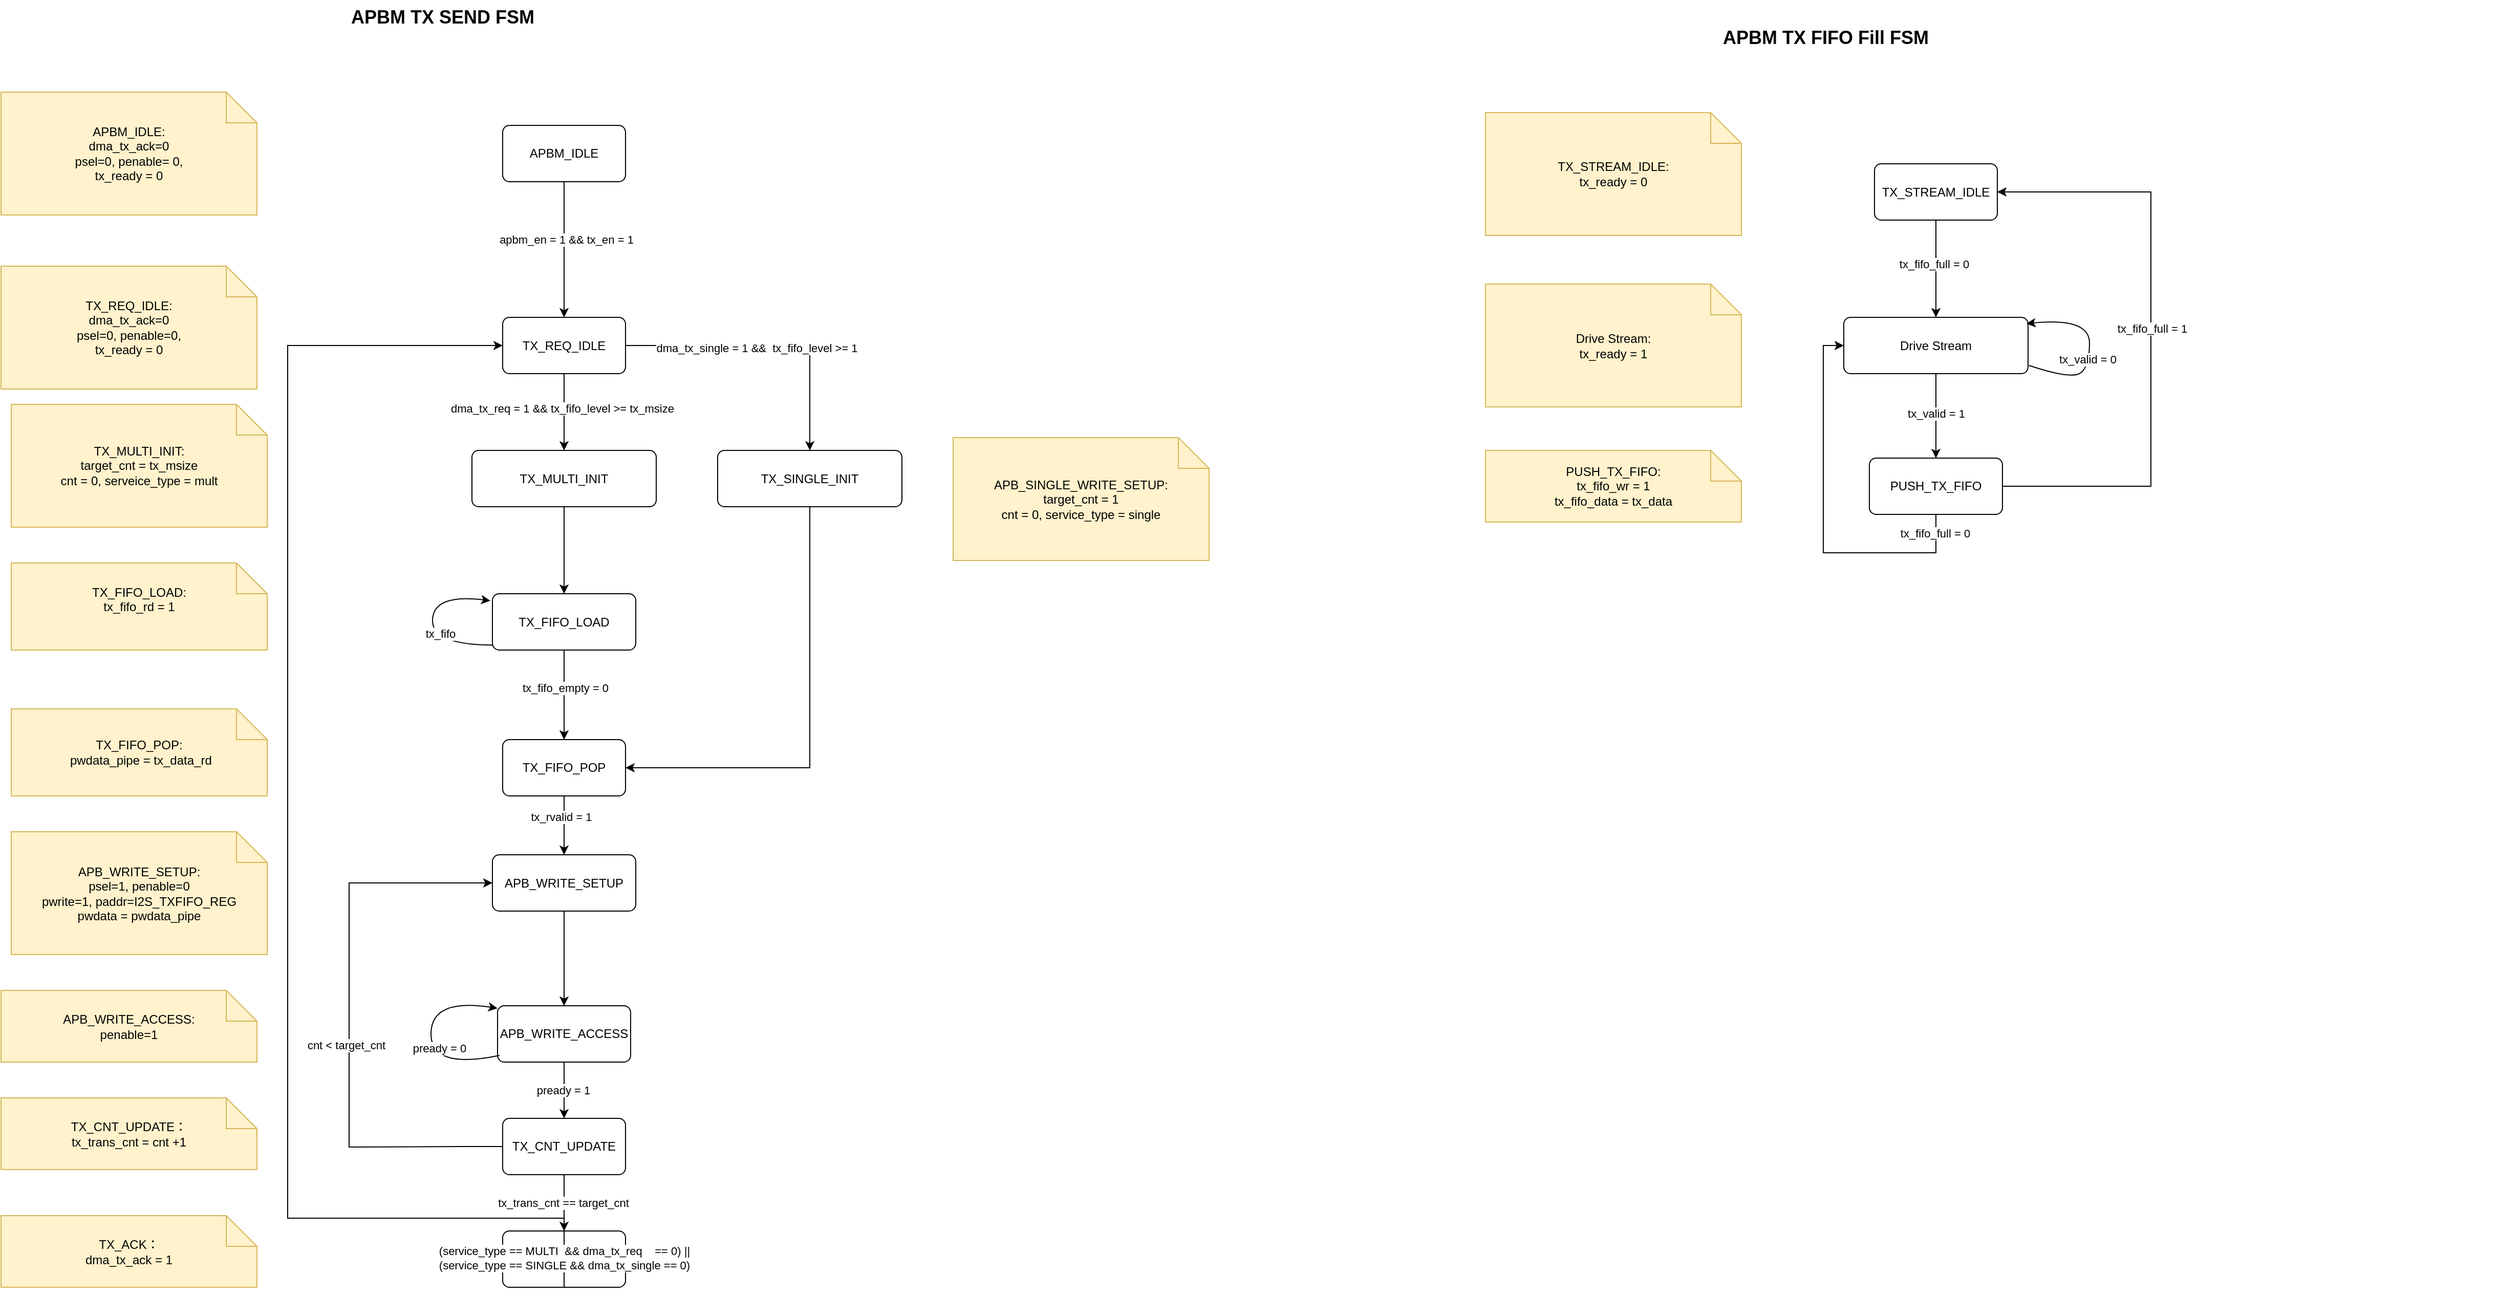
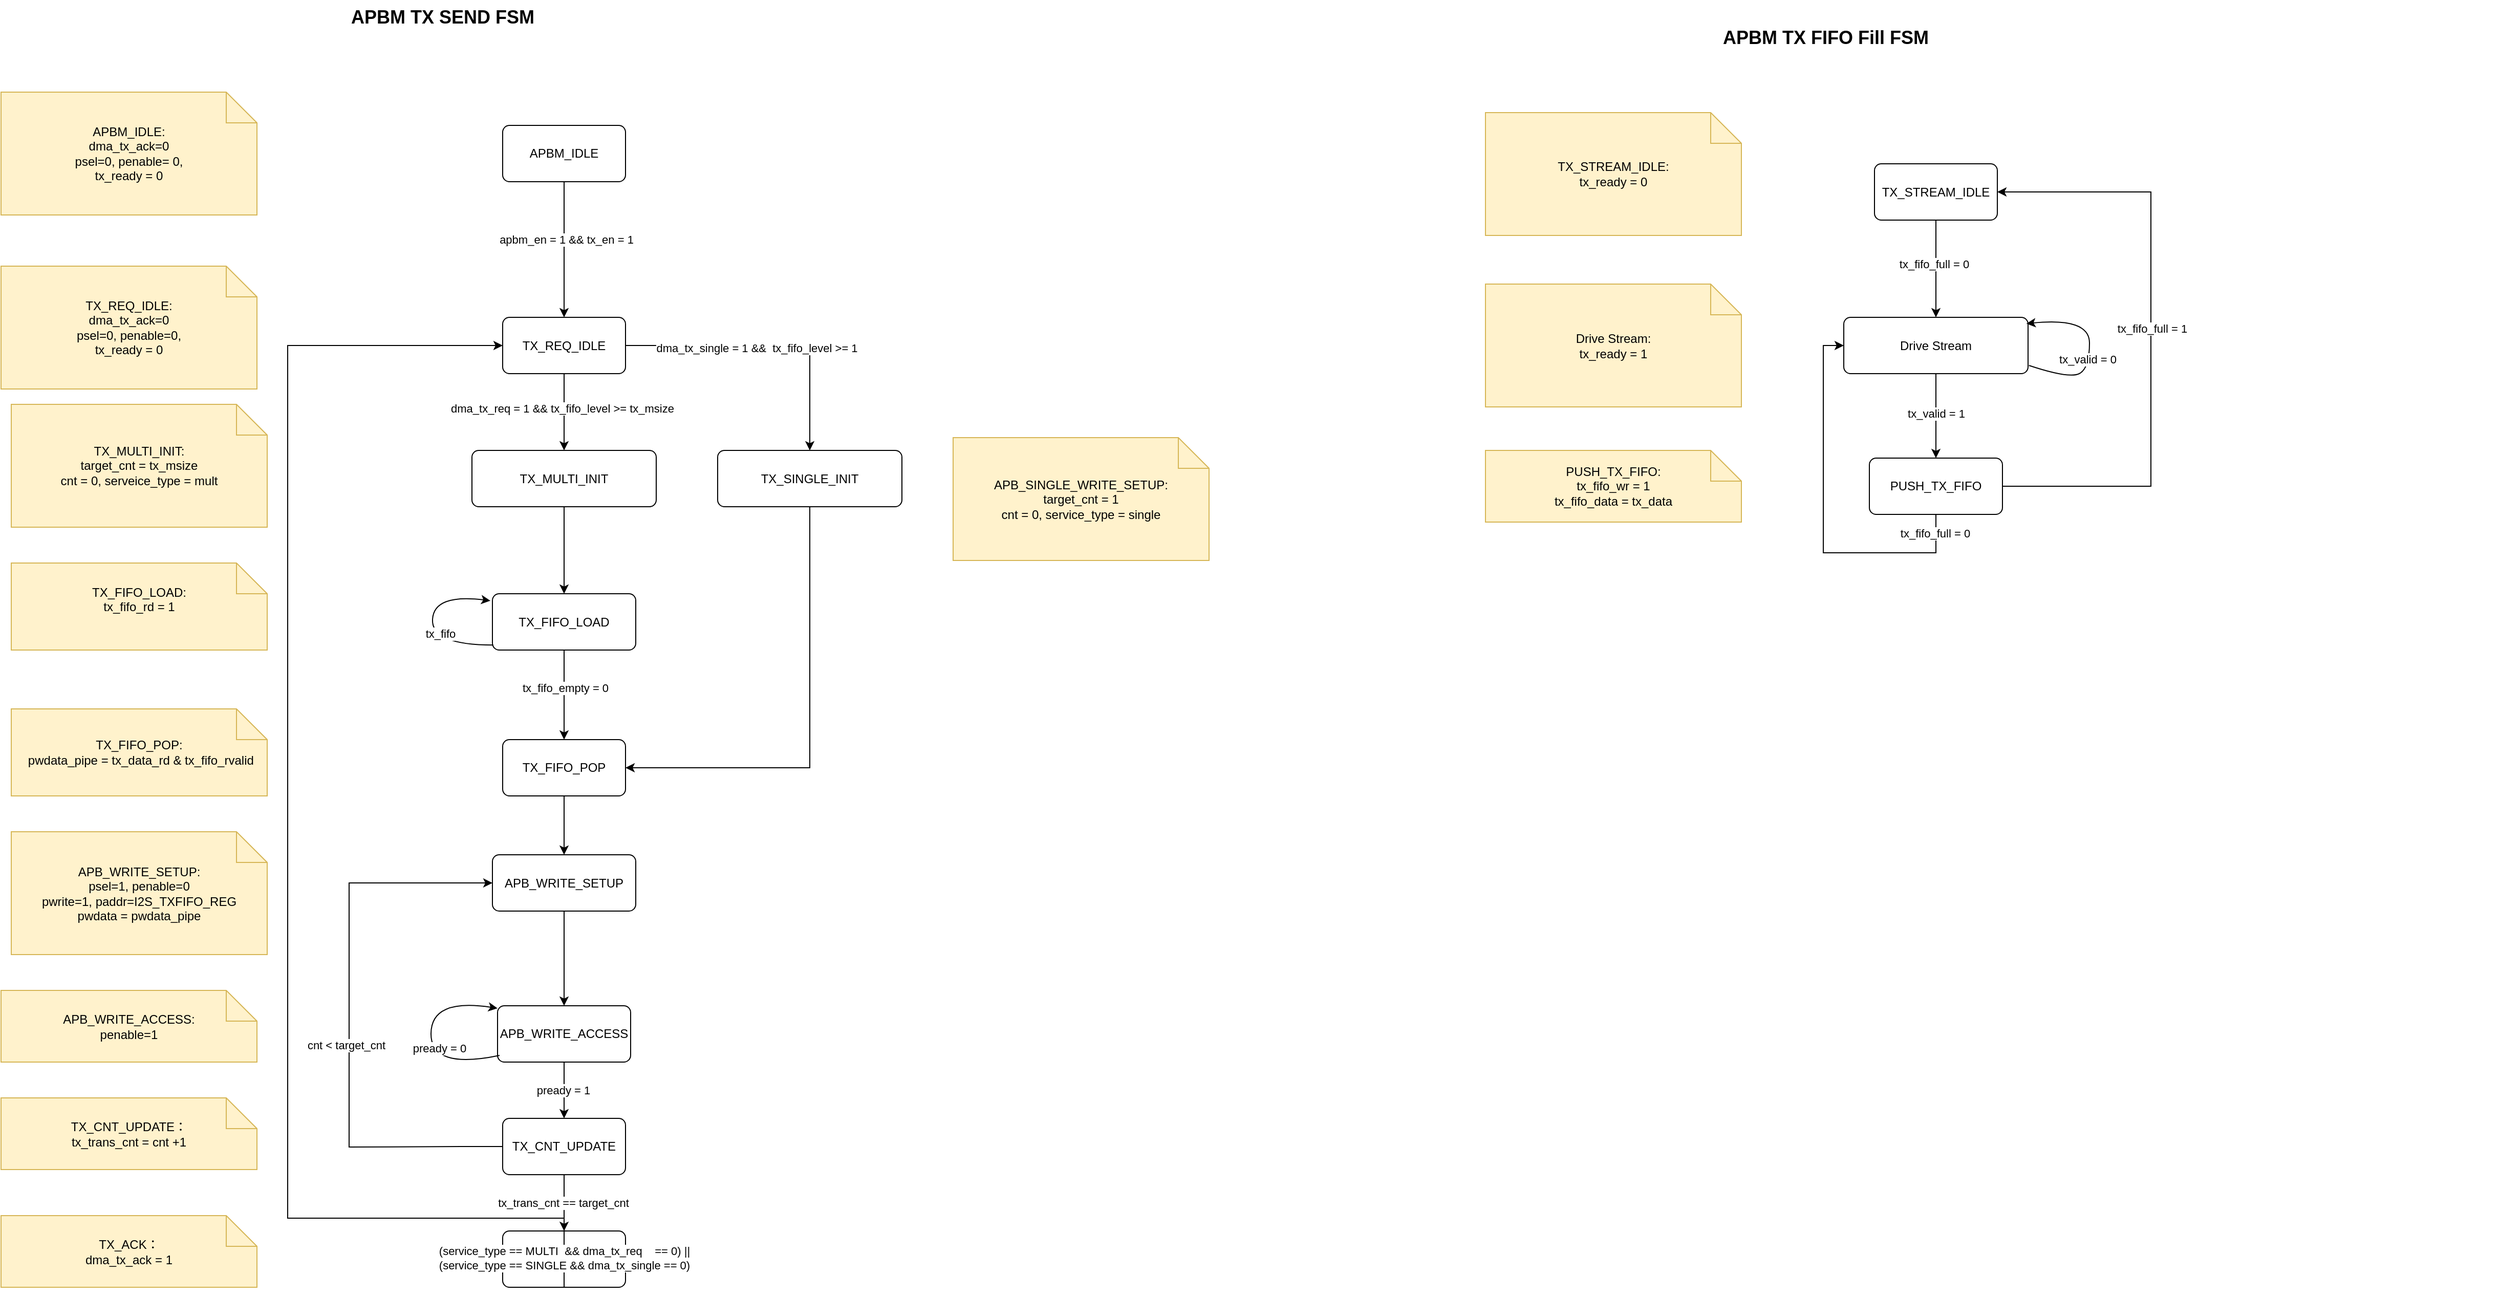
<mxfile host="app.diagrams.net">
  <diagram name="第 1 页" id="fH5n9Me7nUtPE_JYtTzi">
-     <mxGraphModel dx="911" dy="514" grid="1" gridSize="10" guides="1" tooltips="1" connect="1" arrows="1" fold="1" page="1" pageScale="1" pageWidth="827" pageHeight="1169" math="0" shadow="0">
+     <mxGraphModel dx="774" dy="437" grid="1" gridSize="10" guides="1" tooltips="1" connect="1" arrows="1" fold="1" page="1" pageScale="1" pageWidth="827" pageHeight="1169" math="0" shadow="0">
      <root>
        <mxCell id="0" />
        <mxCell id="1" parent="0" />
        <mxCell id="Ly1VW1kiYANL2SHkxWqd-1" parent="1" style="text;html=1;strokeColor=none;fillColor=none;fontSize=18;fontStyle=1;" value="APBM TX SEND FSM&amp;nbsp;&amp;nbsp;" vertex="1">
          <mxGeometry height="40" width="760" x="810" y="130" as="geometry" />
        </mxCell>
        <mxCell id="Ly1VW1kiYANL2SHkxWqd-2" parent="1" style="rounded=1;whiteSpace=wrap;html=1;arcSize=12;fillColor=#ffffff;strokeColor=#000000;" value="TX_REQ_IDLE" vertex="1">
          <mxGeometry height="55" width="120" x="960" y="440" as="geometry" />
        </mxCell>
        <mxCell id="Ly1VW1kiYANL2SHkxWqd-3" parent="1" style="rounded=1;whiteSpace=wrap;html=1;arcSize=12;fillColor=#ffffff;strokeColor=#000000;" value="APB_WRITE_SETUP" vertex="1">
          <mxGeometry height="55" width="140" x="950" y="965" as="geometry" />
        </mxCell>
        <mxCell id="Ly1VW1kiYANL2SHkxWqd-4" edge="1" parent="1" source="Ly1VW1kiYANL2SHkxWqd-2" style="endArrow=classic;html=1;rounded=0;exitX=0.5;exitY=1;exitDx=0;exitDy=0;entryX=0.5;entryY=0;entryDx=0;entryDy=0;" target="Ly1VW1kiYANL2SHkxWqd-40" value="">
          <mxGeometry height="50" relative="1" width="50" as="geometry">
            <mxPoint x="1040" y="560" as="sourcePoint" />
            <mxPoint x="1020" y="570" as="targetPoint" />
          </mxGeometry>
        </mxCell>
        <mxCell id="Ly1VW1kiYANL2SHkxWqd-5" connectable="0" parent="Ly1VW1kiYANL2SHkxWqd-4" style="edgeLabel;html=1;align=center;verticalAlign=middle;resizable=0;points=[];" value="dma_tx_req = 1 &amp;amp;&amp;amp; tx_fifo_level &amp;gt;= tx_msize" vertex="1">
          <mxGeometry relative="1" x="-0.0927" y="-2" as="geometry">
            <mxPoint as="offset" />
          </mxGeometry>
        </mxCell>
        <mxCell id="Ly1VW1kiYANL2SHkxWqd-6" parent="1" style="shape=note;whiteSpace=wrap;html=1;fillColor=#fff2cc;strokeColor=#d6b656;" value="APB_WRITE_SETUP:&lt;div&gt;psel=1, penable=0&lt;br&gt;pwrite=1, paddr=I2S_TXFIFO_REG&lt;/div&gt;&lt;div&gt;pwdata = pwdata_pipe&lt;/div&gt;" vertex="1">
          <mxGeometry height="120" width="250" x="480" y="942.5" as="geometry" />
        </mxCell>
        <mxCell id="Ly1VW1kiYANL2SHkxWqd-7" parent="1" style="rounded=1;whiteSpace=wrap;html=1;arcSize=12;fillColor=#ffffff;strokeColor=#000000;" value="APB_WRITE_ACCESS" vertex="1">
          <mxGeometry height="55" width="130" x="955" y="1112.5" as="geometry" />
        </mxCell>
        <mxCell id="Ly1VW1kiYANL2SHkxWqd-8" edge="1" parent="1" source="Ly1VW1kiYANL2SHkxWqd-3" style="endArrow=classic;html=1;rounded=0;exitX=0.5;exitY=1;exitDx=0;exitDy=0;entryX=0.5;entryY=0;entryDx=0;entryDy=0;" target="Ly1VW1kiYANL2SHkxWqd-7" value="">
          <mxGeometry height="50" relative="1" width="50" as="geometry">
            <mxPoint x="1030" y="1095" as="sourcePoint" />
            <mxPoint x="1080" y="1045" as="targetPoint" />
          </mxGeometry>
        </mxCell>
        <mxCell id="Ly1VW1kiYANL2SHkxWqd-9" parent="1" style="shape=note;whiteSpace=wrap;html=1;fillColor=#fff2cc;strokeColor=#d6b656;" value="APB_WRITE_ACCESS:&lt;br&gt;penable=1" vertex="1">
          <mxGeometry height="70" width="250" x="470" y="1097.5" as="geometry" />
        </mxCell>
        <mxCell id="Ly1VW1kiYANL2SHkxWqd-10" edge="1" parent="1" source="Ly1VW1kiYANL2SHkxWqd-7" style="curved=1;endArrow=classic;html=1;rounded=0;exitX=0.015;exitY=0.881;exitDx=0;exitDy=0;entryX=0;entryY=0;entryDx=0;entryDy=0;exitPerimeter=0;" value="">
          <mxGeometry height="50" relative="1" width="50" as="geometry">
            <Array as="points">
              <mxPoint x="890" y="1175" />
              <mxPoint x="890" y="1105" />
            </Array>
            <mxPoint x="955" y="1170" as="sourcePoint" />
            <mxPoint x="955" y="1115" as="targetPoint" />
          </mxGeometry>
        </mxCell>
        <mxCell id="Ly1VW1kiYANL2SHkxWqd-11" connectable="0" parent="Ly1VW1kiYANL2SHkxWqd-10" style="edgeLabel;html=1;align=center;verticalAlign=middle;resizable=0;points=[];" value="pready = 0" vertex="1">
          <mxGeometry relative="1" x="-0.1215" y="-8" as="geometry">
            <mxPoint as="offset" />
          </mxGeometry>
        </mxCell>
        <mxCell id="Ly1VW1kiYANL2SHkxWqd-13" edge="1" parent="1" source="Ly1VW1kiYANL2SHkxWqd-7" style="endArrow=classic;html=1;rounded=0;exitX=0.5;exitY=1;exitDx=0;exitDy=0;entryX=0.5;entryY=0;entryDx=0;entryDy=0;" target="Ly1VW1kiYANL2SHkxWqd-47" value="">
          <mxGeometry height="50" relative="1" width="50" as="geometry">
            <mxPoint x="1010" y="1245" as="sourcePoint" />
            <mxPoint x="1020" y="1212.5" as="targetPoint" />
          </mxGeometry>
        </mxCell>
        <mxCell id="Ly1VW1kiYANL2SHkxWqd-14" connectable="0" parent="Ly1VW1kiYANL2SHkxWqd-13" style="edgeLabel;html=1;align=center;verticalAlign=middle;resizable=0;points=[];" value="pready = 1" vertex="1">
          <mxGeometry relative="1" x="0.0089" y="-1" as="geometry">
            <mxPoint as="offset" />
          </mxGeometry>
        </mxCell>
        <mxCell id="Ly1VW1kiYANL2SHkxWqd-16" parent="1" style="rounded=1;whiteSpace=wrap;html=1;arcSize=12;fillColor=#ffffff;strokeColor=#000000;" value="TX_ACK" vertex="1">
          <mxGeometry height="55" width="120" x="960" y="1332.5" as="geometry" />
        </mxCell>
        <mxCell id="Ly1VW1kiYANL2SHkxWqd-17" edge="1" parent="1" source="Ly1VW1kiYANL2SHkxWqd-47" style="endArrow=classic;html=1;rounded=0;exitX=0.5;exitY=1;exitDx=0;exitDy=0;entryX=0.5;entryY=0;entryDx=0;entryDy=0;" target="Ly1VW1kiYANL2SHkxWqd-16" value="">
          <mxGeometry height="50" relative="1" width="50" as="geometry">
            <mxPoint x="1150.3600000000001" y="1167.5" as="sourcePoint" />
            <mxPoint x="1150" y="1202.5" as="targetPoint" />
          </mxGeometry>
        </mxCell>
        <mxCell id="Ly1VW1kiYANL2SHkxWqd-18" connectable="0" parent="Ly1VW1kiYANL2SHkxWqd-17" style="edgeLabel;html=1;align=center;verticalAlign=middle;resizable=0;points=[];" value="tx_trans_cnt == target_cnt" vertex="1">
          <mxGeometry relative="1" x="0.0089" y="-1" as="geometry">
            <mxPoint as="offset" />
          </mxGeometry>
        </mxCell>
        <mxCell id="Ly1VW1kiYANL2SHkxWqd-19" parent="1" style="shape=note;whiteSpace=wrap;html=1;fillColor=#fff2cc;strokeColor=#d6b656;" value="TX_ACK：&lt;div&gt;dma_tx_ack = 1&lt;/div&gt;" vertex="1">
          <mxGeometry height="70" width="250" x="470" y="1317.5" as="geometry" />
        </mxCell>
        <mxCell id="Ly1VW1kiYANL2SHkxWqd-20" parent="1" style="shape=note;whiteSpace=wrap;html=1;fillColor=#fff2cc;strokeColor=#d6b656;" value="TX_REQ_IDLE:&lt;div&gt;dma_tx_ack=0&lt;/div&gt;&lt;div&gt;psel=0, penable=0,&lt;br&gt;&lt;/div&gt;&lt;div&gt;tx_ready = 0&lt;br&gt;&lt;/div&gt;" vertex="1">
          <mxGeometry height="120" width="250" x="470" y="390" as="geometry" />
        </mxCell>
        <mxCell id="Ly1VW1kiYANL2SHkxWqd-21" edge="1" parent="1" source="Ly1VW1kiYANL2SHkxWqd-16" style="endArrow=classic;html=1;rounded=0;exitX=0.5;exitY=1;exitDx=0;exitDy=0;edgeStyle=orthogonalEdgeStyle;entryX=0;entryY=0.5;entryDx=0;entryDy=0;" target="Ly1VW1kiYANL2SHkxWqd-2" value="">
          <mxGeometry height="50" relative="1" width="50" as="geometry">
            <Array as="points">
              <mxPoint x="1020" y="1320" />
              <mxPoint x="750" y="1320" />
              <mxPoint x="750" y="468" />
            </Array>
            <mxPoint x="909.95" y="1052.5" as="sourcePoint" />
            <mxPoint x="850" y="465" as="targetPoint" />
          </mxGeometry>
        </mxCell>
        <mxCell id="Ly1VW1kiYANL2SHkxWqd-22" connectable="0" parent="Ly1VW1kiYANL2SHkxWqd-21" style="edgeLabel;html=1;align=center;verticalAlign=middle;resizable=0;points=[];" value="&lt;div&gt;(service_type == MULTI&amp;nbsp; &amp;amp;&amp;amp; dma_tx_req&amp;nbsp; &amp;nbsp; == 0) ||&lt;/div&gt;&lt;div&gt;(service_type == SINGLE &amp;amp;&amp;amp; dma_tx_single == 0)&lt;/div&gt;" vertex="1">
          <mxGeometry relative="1" x="-0.9589" as="geometry">
            <mxPoint as="offset" />
          </mxGeometry>
        </mxCell>
        <mxCell id="Ly1VW1kiYANL2SHkxWqd-23" edge="1" parent="1" source="Ly1VW1kiYANL2SHkxWqd-2" style="endArrow=classic;html=1;rounded=0;exitX=1;exitY=0.5;exitDx=0;exitDy=0;edgeStyle=orthogonalEdgeStyle;entryX=0.5;entryY=0;entryDx=0;entryDy=0;" target="Ly1VW1kiYANL2SHkxWqd-25" value="">
          <mxGeometry height="50" relative="1" width="50" as="geometry">
            <mxPoint x="1250" y="540" as="sourcePoint" />
            <mxPoint x="1260" y="560" as="targetPoint" />
          </mxGeometry>
        </mxCell>
        <mxCell id="Ly1VW1kiYANL2SHkxWqd-24" connectable="0" parent="Ly1VW1kiYANL2SHkxWqd-23" style="edgeLabel;html=1;align=center;verticalAlign=middle;resizable=0;points=[];" value="dma_tx_single = 1 &amp;amp;&amp;amp;&amp;nbsp; tx_fifo_level &amp;gt;= 1" vertex="1">
          <mxGeometry relative="1" x="-0.0927" y="-2" as="geometry">
            <mxPoint as="offset" />
          </mxGeometry>
        </mxCell>
        <mxCell id="Ly1VW1kiYANL2SHkxWqd-25" parent="1" style="rounded=1;whiteSpace=wrap;html=1;arcSize=12;fillColor=#ffffff;strokeColor=#000000;" value="TX_SINGLE_INIT" vertex="1">
          <mxGeometry height="55" width="180" x="1170" y="570" as="geometry" />
        </mxCell>
        <mxCell id="Ly1VW1kiYANL2SHkxWqd-26" parent="1" style="shape=note;whiteSpace=wrap;html=1;fillColor=#fff2cc;strokeColor=#d6b656;" value="APB_SINGLE_WRITE_SETUP:&lt;div&gt;target_cnt = 1&lt;br&gt;cnt = 0, service_type = single&lt;/div&gt;" vertex="1">
          <mxGeometry height="120" width="250" x="1400" y="557.5" as="geometry" />
        </mxCell>
        <mxCell id="Ly1VW1kiYANL2SHkxWqd-27" edge="1" parent="1" source="Ly1VW1kiYANL2SHkxWqd-25" style="endArrow=classic;html=1;rounded=0;exitX=0.5;exitY=1;exitDx=0;exitDy=0;edgeStyle=orthogonalEdgeStyle;entryX=1;entryY=0.5;entryDx=0;entryDy=0;" target="Ly1VW1kiYANL2SHkxWqd-28" value="">
          <mxGeometry height="50" relative="1" width="50" as="geometry">
            <mxPoint x="1230" y="950" as="sourcePoint" />
            <mxPoint x="1090" y="705" as="targetPoint" />
          </mxGeometry>
        </mxCell>
        <mxCell id="Ly1VW1kiYANL2SHkxWqd-28" parent="1" style="rounded=1;whiteSpace=wrap;html=1;arcSize=12;fillColor=#ffffff;strokeColor=#000000;" value="TX_FIFO_POP" vertex="1">
          <mxGeometry height="55" width="120" x="960" y="852.5" as="geometry" />
        </mxCell>
        <mxCell id="Ly1VW1kiYANL2SHkxWqd-29" edge="1" parent="1" source="Ly1VW1kiYANL2SHkxWqd-40" style="endArrow=classic;html=1;rounded=0;exitX=0.5;exitY=1;exitDx=0;exitDy=0;entryX=0.5;entryY=0;entryDx=0;entryDy=0;" target="Ly1VW1kiYANL2SHkxWqd-66" value="">
          <mxGeometry height="50" relative="1" width="50" as="geometry">
            <Array as="points">
              <mxPoint x="1020" y="650" />
            </Array>
            <mxPoint x="1010" y="630" as="sourcePoint" />
            <mxPoint x="1020" y="680" as="targetPoint" />
          </mxGeometry>
        </mxCell>
-         <mxCell id="Ly1VW1kiYANL2SHkxWqd-33" parent="1" style="shape=note;whiteSpace=wrap;html=1;fillColor=#fff2cc;strokeColor=#d6b656;" value="TX_FIFO_POP:&lt;div&gt;&lt;div&gt;&amp;nbsp;pwdata_pipe = tx_data_rd&lt;/div&gt;&lt;/div&gt;" vertex="1">
+         <mxCell id="Ly1VW1kiYANL2SHkxWqd-33" parent="1" style="shape=note;whiteSpace=wrap;html=1;fillColor=#fff2cc;strokeColor=#d6b656;" value="TX_FIFO_POP:&lt;div&gt;&lt;div&gt;&amp;nbsp;pwdata_pipe = tx_data_rd &amp;amp; tx_fifo_rvalid&lt;/div&gt;&lt;/div&gt;" vertex="1">
          <mxGeometry height="85" width="250" x="480" y="822.5" as="geometry" />
        </mxCell>
        <mxCell id="Ly1VW1kiYANL2SHkxWqd-34" parent="1" style="rounded=1;whiteSpace=wrap;html=1;arcSize=12;fillColor=#ffffff;strokeColor=#000000;" value="APBM_IDLE" vertex="1">
          <mxGeometry height="55" width="120" x="960" y="252.5" as="geometry" />
        </mxCell>
        <mxCell id="Ly1VW1kiYANL2SHkxWqd-35" edge="1" parent="1" source="Ly1VW1kiYANL2SHkxWqd-34" style="endArrow=classic;html=1;rounded=0;exitX=0.5;exitY=1;exitDx=0;exitDy=0;" target="Ly1VW1kiYANL2SHkxWqd-2" value="">
          <mxGeometry height="50" relative="1" width="50" as="geometry">
            <mxPoint x="1060" y="360" as="sourcePoint" />
            <mxPoint x="1110" y="310" as="targetPoint" />
          </mxGeometry>
        </mxCell>
        <mxCell id="Ly1VW1kiYANL2SHkxWqd-36" connectable="0" parent="Ly1VW1kiYANL2SHkxWqd-35" style="edgeLabel;html=1;align=center;verticalAlign=middle;resizable=0;points=[];" value="apbm_en = 1 &amp;amp;&amp;amp; tx_en = 1" vertex="1">
          <mxGeometry relative="1" x="-0.1446" y="2" as="geometry">
            <mxPoint as="offset" />
          </mxGeometry>
        </mxCell>
        <mxCell id="Ly1VW1kiYANL2SHkxWqd-37" parent="1" style="shape=note;whiteSpace=wrap;html=1;fillColor=#fff2cc;strokeColor=#d6b656;" value="APBM_IDLE:&lt;div&gt;dma_tx_ack=0&lt;/div&gt;&lt;div&gt;psel=0, penable= 0,&lt;br&gt;&lt;/div&gt;&lt;div&gt;tx_ready = 0&lt;/div&gt;" vertex="1">
          <mxGeometry height="120" width="250" x="470" y="220" as="geometry" />
        </mxCell>
        <mxCell id="Ly1VW1kiYANL2SHkxWqd-38" edge="1" parent="1" source="Ly1VW1kiYANL2SHkxWqd-47" style="endArrow=classic;html=1;rounded=0;edgeStyle=orthogonalEdgeStyle;entryX=0;entryY=0.5;entryDx=0;entryDy=0;exitX=0;exitY=0.5;exitDx=0;exitDy=0;" target="Ly1VW1kiYANL2SHkxWqd-3" value="">
          <mxGeometry height="50" relative="1" width="50" as="geometry">
            <Array as="points">
              <mxPoint x="920" y="1249.5" />
              <mxPoint x="810" y="1250.5" />
              <mxPoint x="810" y="992.5" />
            </Array>
            <mxPoint x="920" y="1212.5" as="sourcePoint" />
            <mxPoint x="800" y="872.5" as="targetPoint" />
          </mxGeometry>
        </mxCell>
        <mxCell id="Ly1VW1kiYANL2SHkxWqd-39" connectable="0" parent="Ly1VW1kiYANL2SHkxWqd-38" style="edgeLabel;html=1;align=center;verticalAlign=middle;resizable=0;points=[];" value="cnt &amp;lt; target_cnt" vertex="1">
          <mxGeometry relative="1" x="-0.0902" y="3" as="geometry">
            <mxPoint as="offset" />
          </mxGeometry>
        </mxCell>
        <mxCell id="Ly1VW1kiYANL2SHkxWqd-40" parent="1" style="rounded=1;whiteSpace=wrap;html=1;arcSize=12;fillColor=#ffffff;strokeColor=#000000;" value="TX_MULTI_INIT" vertex="1">
          <mxGeometry height="55" width="180" x="930" y="570" as="geometry" />
        </mxCell>
        <mxCell id="Ly1VW1kiYANL2SHkxWqd-42" parent="1" style="shape=note;whiteSpace=wrap;html=1;fillColor=#fff2cc;strokeColor=#d6b656;" value="TX_MULTI_INIT:&lt;div&gt;target_cnt = tx_msize&lt;br&gt;cnt = 0, serveice_type = mult&lt;/div&gt;" vertex="1">
          <mxGeometry height="120" width="250" x="480" y="525" as="geometry" />
        </mxCell>
        <mxCell id="Ly1VW1kiYANL2SHkxWqd-45" edge="1" parent="1" source="Ly1VW1kiYANL2SHkxWqd-28" style="endArrow=classic;html=1;rounded=0;exitX=0.5;exitY=1;exitDx=0;exitDy=0;" target="Ly1VW1kiYANL2SHkxWqd-3" value="">
          <mxGeometry height="50" relative="1" width="50" as="geometry">
            <mxPoint x="1019.5699999999999" y="907.5" as="sourcePoint" />
            <mxPoint x="1019.5699999999999" y="964.5" as="targetPoint" />
-           </mxGeometry>
-         </mxCell>
-         <mxCell id="Ly1VW1kiYANL2SHkxWqd-73" connectable="0" parent="Ly1VW1kiYANL2SHkxWqd-45" style="edgeLabel;html=1;align=center;verticalAlign=middle;resizable=0;points=[];" value="tx_rvalid = 1" vertex="1">
-           <mxGeometry relative="1" x="-0.302" y="-3" as="geometry">
-             <mxPoint as="offset" />
          </mxGeometry>
        </mxCell>
        <mxCell id="Ly1VW1kiYANL2SHkxWqd-47" parent="1" style="rounded=1;whiteSpace=wrap;html=1;arcSize=12;fillColor=#ffffff;strokeColor=#000000;" value="TX_CNT_UPDATE" vertex="1">
          <mxGeometry height="55" width="120" x="960" y="1222.5" as="geometry" />
        </mxCell>
        <mxCell id="Ly1VW1kiYANL2SHkxWqd-48" parent="1" style="shape=note;whiteSpace=wrap;html=1;fillColor=#fff2cc;strokeColor=#d6b656;" value="TX_CNT_UPDATE：&lt;div&gt;tx_trans_cnt = cnt +1&lt;/div&gt;" vertex="1">
          <mxGeometry height="70" width="250" x="470" y="1202.5" as="geometry" />
        </mxCell>
        <mxCell id="Ly1VW1kiYANL2SHkxWqd-49" parent="1" style="text;html=1;strokeColor=none;fillColor=none;fontSize=18;fontStyle=1;" value="APBM TX FIFO Fill FSM&amp;nbsp;&amp;nbsp;" vertex="1">
          <mxGeometry height="40" width="760" x="2150" y="150" as="geometry" />
        </mxCell>
        <mxCell id="Ly1VW1kiYANL2SHkxWqd-50" parent="1" style="rounded=1;whiteSpace=wrap;html=1;arcSize=12;fillColor=#ffffff;strokeColor=#000000;" value="TX_STREAM_IDLE" vertex="1">
          <mxGeometry height="55" width="120" x="2300" y="290" as="geometry" />
        </mxCell>
        <mxCell id="Ly1VW1kiYANL2SHkxWqd-51" parent="1" style="rounded=1;whiteSpace=wrap;html=1;arcSize=12;fillColor=#ffffff;strokeColor=#000000;" value="Drive Stream" vertex="1">
          <mxGeometry height="55" width="180" x="2270" y="440" as="geometry" />
        </mxCell>
        <mxCell id="Ly1VW1kiYANL2SHkxWqd-52" edge="1" parent="1" source="Ly1VW1kiYANL2SHkxWqd-50" style="endArrow=classic;html=1;rounded=0;exitX=0.5;exitY=1;exitDx=0;exitDy=0;entryX=0.5;entryY=0;entryDx=0;entryDy=0;" target="Ly1VW1kiYANL2SHkxWqd-51" value="">
          <mxGeometry height="50" relative="1" width="50" as="geometry">
            <mxPoint x="2380" y="410" as="sourcePoint" />
            <mxPoint x="2430" y="360" as="targetPoint" />
          </mxGeometry>
        </mxCell>
        <mxCell id="Ly1VW1kiYANL2SHkxWqd-53" connectable="0" parent="Ly1VW1kiYANL2SHkxWqd-52" style="edgeLabel;html=1;align=center;verticalAlign=middle;resizable=0;points=[];" value="tx_fifo_full = 0" vertex="1">
          <mxGeometry relative="1" x="-0.0927" y="-2" as="geometry">
            <mxPoint as="offset" />
          </mxGeometry>
        </mxCell>
        <mxCell id="Ly1VW1kiYANL2SHkxWqd-54" parent="1" style="shape=note;whiteSpace=wrap;html=1;fillColor=#fff2cc;strokeColor=#d6b656;" value="Drive Stream:&lt;div&gt;tx_ready = 1&lt;/div&gt;" vertex="1">
          <mxGeometry height="120" width="250" x="1920" y="407.5" as="geometry" />
        </mxCell>
        <mxCell id="Ly1VW1kiYANL2SHkxWqd-55" parent="1" style="rounded=1;whiteSpace=wrap;html=1;arcSize=12;fillColor=#ffffff;strokeColor=#000000;" value="PUSH_TX_FIFO" vertex="1">
          <mxGeometry height="55" width="130" x="2295" y="577.5" as="geometry" />
        </mxCell>
        <mxCell id="Ly1VW1kiYANL2SHkxWqd-56" edge="1" parent="1" source="Ly1VW1kiYANL2SHkxWqd-51" style="endArrow=classic;html=1;rounded=0;exitX=0.5;exitY=1;exitDx=0;exitDy=0;entryX=0.5;entryY=0;entryDx=0;entryDy=0;" target="Ly1VW1kiYANL2SHkxWqd-55" value="">
          <mxGeometry height="50" relative="1" width="50" as="geometry">
            <mxPoint x="2370" y="560" as="sourcePoint" />
            <mxPoint x="2420" y="510" as="targetPoint" />
          </mxGeometry>
        </mxCell>
        <mxCell id="Ly1VW1kiYANL2SHkxWqd-57" connectable="0" parent="Ly1VW1kiYANL2SHkxWqd-56" style="edgeLabel;html=1;align=center;verticalAlign=middle;resizable=0;points=[];" value="tx_valid = 1" vertex="1">
          <mxGeometry relative="1" x="-0.0537" as="geometry">
            <mxPoint as="offset" />
          </mxGeometry>
        </mxCell>
        <mxCell id="Ly1VW1kiYANL2SHkxWqd-58" parent="1" style="shape=note;whiteSpace=wrap;html=1;fillColor=#fff2cc;strokeColor=#d6b656;" value="PUSH_TX_FIFO:&lt;div&gt;tx_fifo_wr = 1&lt;/div&gt;&lt;div&gt;tx_fifo_data = tx_data&lt;/div&gt;" vertex="1">
          <mxGeometry height="70" width="250" x="1920" y="570" as="geometry" />
        </mxCell>
        <mxCell id="Ly1VW1kiYANL2SHkxWqd-59" parent="1" style="shape=note;whiteSpace=wrap;html=1;fillColor=#fff2cc;strokeColor=#d6b656;" value="TX_STREAM_IDLE:&lt;div&gt;tx_ready = 0&lt;/div&gt;" vertex="1">
          <mxGeometry height="120" width="250" x="1920" y="240" as="geometry" />
        </mxCell>
        <mxCell id="Ly1VW1kiYANL2SHkxWqd-60" edge="1" parent="1" source="Ly1VW1kiYANL2SHkxWqd-55" style="endArrow=classic;html=1;rounded=0;exitX=0.5;exitY=1;exitDx=0;exitDy=0;entryX=0;entryY=0.5;entryDx=0;entryDy=0;edgeStyle=orthogonalEdgeStyle;" target="Ly1VW1kiYANL2SHkxWqd-51" value="">
          <mxGeometry height="50" relative="1" width="50" as="geometry">
            <Array as="points">
              <mxPoint x="2360" y="670" />
              <mxPoint x="2250" y="670" />
              <mxPoint x="2250" y="468" />
            </Array>
            <mxPoint x="2550" y="570" as="sourcePoint" />
            <mxPoint x="2600" y="520" as="targetPoint" />
          </mxGeometry>
        </mxCell>
        <mxCell id="Ly1VW1kiYANL2SHkxWqd-61" connectable="0" parent="Ly1VW1kiYANL2SHkxWqd-60" style="edgeLabel;html=1;align=center;verticalAlign=middle;resizable=0;points=[];" value="tx_fifo_full = 0" vertex="1">
          <mxGeometry relative="1" x="-0.9016" y="-1" as="geometry">
            <mxPoint as="offset" />
          </mxGeometry>
        </mxCell>
        <mxCell id="Ly1VW1kiYANL2SHkxWqd-62" edge="1" parent="1" source="Ly1VW1kiYANL2SHkxWqd-55" style="endArrow=classic;html=1;rounded=0;exitX=1;exitY=0.5;exitDx=0;exitDy=0;entryX=1;entryY=0.5;entryDx=0;entryDy=0;edgeStyle=orthogonalEdgeStyle;" target="Ly1VW1kiYANL2SHkxWqd-50" value="">
          <mxGeometry height="50" relative="1" width="50" as="geometry">
            <Array as="points">
              <mxPoint x="2570" y="605" />
              <mxPoint x="2570" y="318" />
            </Array>
            <mxPoint x="2510" y="600" as="sourcePoint" />
            <mxPoint x="2560" y="550" as="targetPoint" />
          </mxGeometry>
        </mxCell>
        <mxCell id="Ly1VW1kiYANL2SHkxWqd-63" connectable="0" parent="Ly1VW1kiYANL2SHkxWqd-62" style="edgeLabel;html=1;align=center;verticalAlign=middle;resizable=0;points=[];" value="tx_fifo_full = 1" vertex="1">
          <mxGeometry relative="1" x="0.0267" y="-1" as="geometry">
            <mxPoint as="offset" />
          </mxGeometry>
        </mxCell>
        <mxCell id="Ly1VW1kiYANL2SHkxWqd-64" edge="1" parent="1" source="Ly1VW1kiYANL2SHkxWqd-51" style="curved=1;endArrow=classic;html=1;rounded=0;entryX=0.991;entryY=0.112;entryDx=0;entryDy=0;exitX=1.005;exitY=0.854;exitDx=0;exitDy=0;exitPerimeter=0;entryPerimeter=0;" target="Ly1VW1kiYANL2SHkxWqd-51" value="">
          <mxGeometry height="50" relative="1" width="50" as="geometry">
            <Array as="points">
              <mxPoint x="2490" y="500" />
              <mxPoint x="2510" y="490" />
              <mxPoint x="2510" y="440" />
            </Array>
            <mxPoint x="2460" y="560" as="sourcePoint" />
            <mxPoint x="2510" y="510" as="targetPoint" />
          </mxGeometry>
        </mxCell>
        <mxCell id="Ly1VW1kiYANL2SHkxWqd-65" connectable="0" parent="Ly1VW1kiYANL2SHkxWqd-64" style="edgeLabel;html=1;align=center;verticalAlign=middle;resizable=0;points=[];" value="tx_valid = 0" vertex="1">
          <mxGeometry relative="1" x="-0.1698" y="2" as="geometry">
            <mxPoint as="offset" />
          </mxGeometry>
        </mxCell>
        <mxCell id="Ly1VW1kiYANL2SHkxWqd-66" parent="1" style="rounded=1;whiteSpace=wrap;html=1;arcSize=12;fillColor=#ffffff;strokeColor=#000000;" value="TX_FIFO_LOAD" vertex="1">
          <mxGeometry height="55" width="140" x="950" y="710" as="geometry" />
        </mxCell>
        <mxCell id="Ly1VW1kiYANL2SHkxWqd-68" edge="1" parent="1" source="Ly1VW1kiYANL2SHkxWqd-66" style="endArrow=classic;html=1;rounded=0;exitX=0.5;exitY=1;exitDx=0;exitDy=0;" target="Ly1VW1kiYANL2SHkxWqd-28" value="">
          <mxGeometry height="50" relative="1" width="50" as="geometry">
            <mxPoint x="1070" y="820" as="sourcePoint" />
            <mxPoint x="1120" y="770" as="targetPoint" />
          </mxGeometry>
        </mxCell>
        <mxCell id="Ly1VW1kiYANL2SHkxWqd-72" connectable="0" parent="Ly1VW1kiYANL2SHkxWqd-68" style="edgeLabel;html=1;align=center;verticalAlign=middle;resizable=0;points=[];" value="tx_fifo_empty = 0" vertex="1">
          <mxGeometry relative="1" x="-0.1581" y="1" as="geometry">
            <mxPoint as="offset" />
          </mxGeometry>
        </mxCell>
        <mxCell id="Ly1VW1kiYANL2SHkxWqd-69" parent="1" style="shape=note;whiteSpace=wrap;html=1;fillColor=#fff2cc;strokeColor=#d6b656;" value="TX_FIFO_LOAD:&lt;div&gt;tx_fifo_rd = 1&lt;br&gt;&lt;div&gt;&lt;br&gt;&lt;/div&gt;&lt;/div&gt;" vertex="1">
          <mxGeometry height="85" width="250" x="480" y="680" as="geometry" />
        </mxCell>
        <mxCell id="Ly1VW1kiYANL2SHkxWqd-70" edge="1" parent="1" source="Ly1VW1kiYANL2SHkxWqd-66" style="curved=1;endArrow=classic;html=1;rounded=0;exitX=0.006;exitY=0.911;exitDx=0;exitDy=0;entryX=-0.014;entryY=0.124;entryDx=0;entryDy=0;exitPerimeter=0;entryPerimeter=0;" target="Ly1VW1kiYANL2SHkxWqd-66" value="">
          <mxGeometry height="50" relative="1" width="50" as="geometry">
            <Array as="points">
              <mxPoint x="890" y="760" />
              <mxPoint x="893" y="710" />
            </Array>
            <mxPoint x="960" y="766" as="sourcePoint" />
            <mxPoint x="958" y="720" as="targetPoint" />
          </mxGeometry>
        </mxCell>
        <mxCell id="Ly1VW1kiYANL2SHkxWqd-71" connectable="0" parent="Ly1VW1kiYANL2SHkxWqd-70" style="edgeLabel;html=1;align=center;verticalAlign=middle;resizable=0;points=[];" value="tx_fifo" vertex="1">
          <mxGeometry relative="1" x="-0.1215" y="-8" as="geometry">
            <mxPoint as="offset" />
          </mxGeometry>
        </mxCell>
      </root>
    </mxGraphModel>
  </diagram>
</mxfile>
